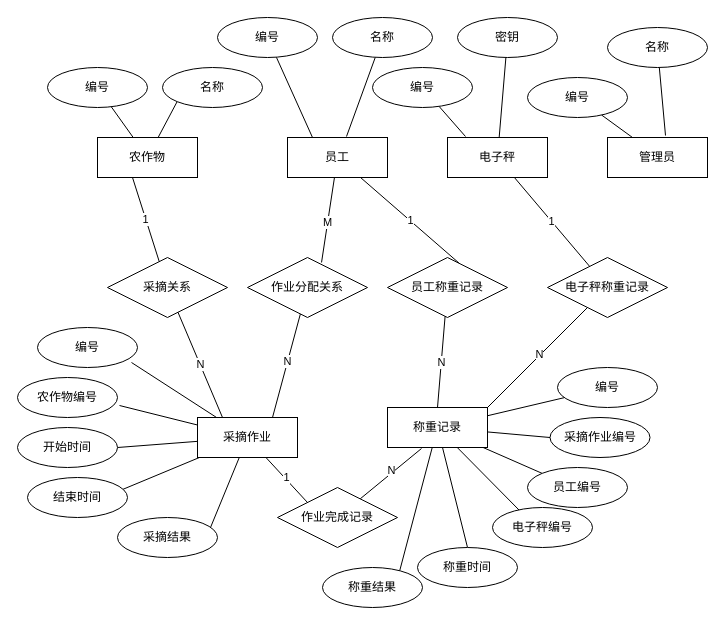
This is design/数据库设计-ER.dio from akynazh/aws, a draw.io file, before an edit. Source tidied: cells renumbered, new cells numbered last; positions are measured from the earlier drawing's top-left corner, leaving out a move shared by most shapes. Both pictures are drawn from the tidied source at 100%, with x=0, y=0 at pixel (17, 17).
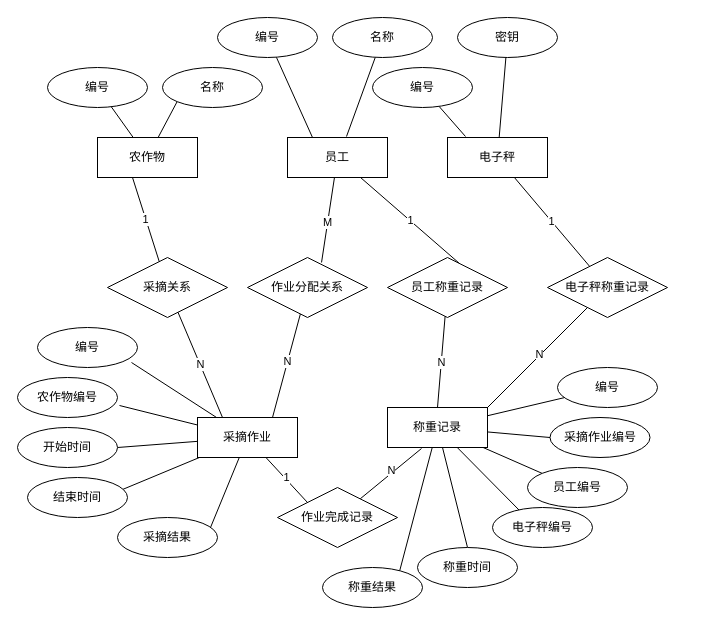
The same page after the edit.

Commit message (it also covers changes not shown here):
feat: db design: sql v2

Diff of the diagram source:
```diff
@@
-    <mxCell id="37" value="管理员" style="whiteSpace=wrap;html=1;align=center;" parent="1" vertex="1">
-      <mxGeometry x="590" y="120" width="100" height="40" as="geometry" />
-    </mxCell>
@@
-    <mxCell id="48" style="edgeStyle=none;html=1;entryX=0.25;entryY=0;entryDx=0;entryDy=0;endArrow=none;endFill=0;" parent="1" edge="1" source="49" target="37">
-      <mxGeometry relative="1" as="geometry" />
-    </mxCell>
-    <mxCell id="49" value="编号" style="ellipse;whiteSpace=wrap;html=1;align=center;" parent="1" vertex="1">
-      <mxGeometry x="510" y="60" width="100" height="40" as="geometry" />
-    </mxCell>
-    <mxCell id="50" style="edgeStyle=none;html=1;entryX=0.58;entryY=-0.05;entryDx=0;entryDy=0;entryPerimeter=0;endArrow=none;endFill=0;" parent="1" edge="1" source="51" target="37">
-      <mxGeometry relative="1" as="geometry" />
-    </mxCell>
-    <mxCell id="51" value="名称" style="ellipse;whiteSpace=wrap;html=1;align=center;" parent="1" vertex="1">
-      <mxGeometry x="590" y="10" width="100" height="40" as="geometry" />
-    </mxCell>
```
